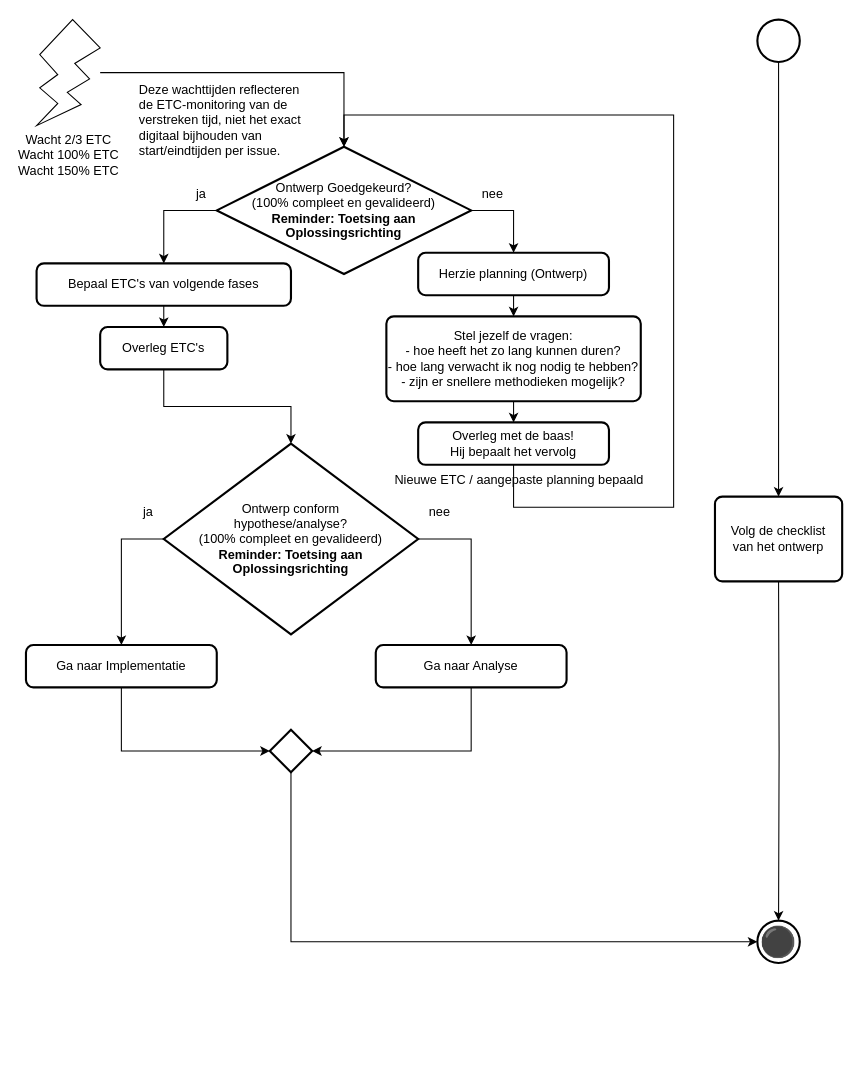
Earlier version of the draw.io diagram 3 Issue Tracker ontwerp.drawio (Zaibatsu89/IssueTracker). Source tidied: cells renumbered, new cells numbered last; positions are measured from the earlier drawing's top-left corner, leaving out a move shared by most shapes. Both pictures are drawn from the tidied source at 106%, with x=0, y=0 at pixel (25, 19).
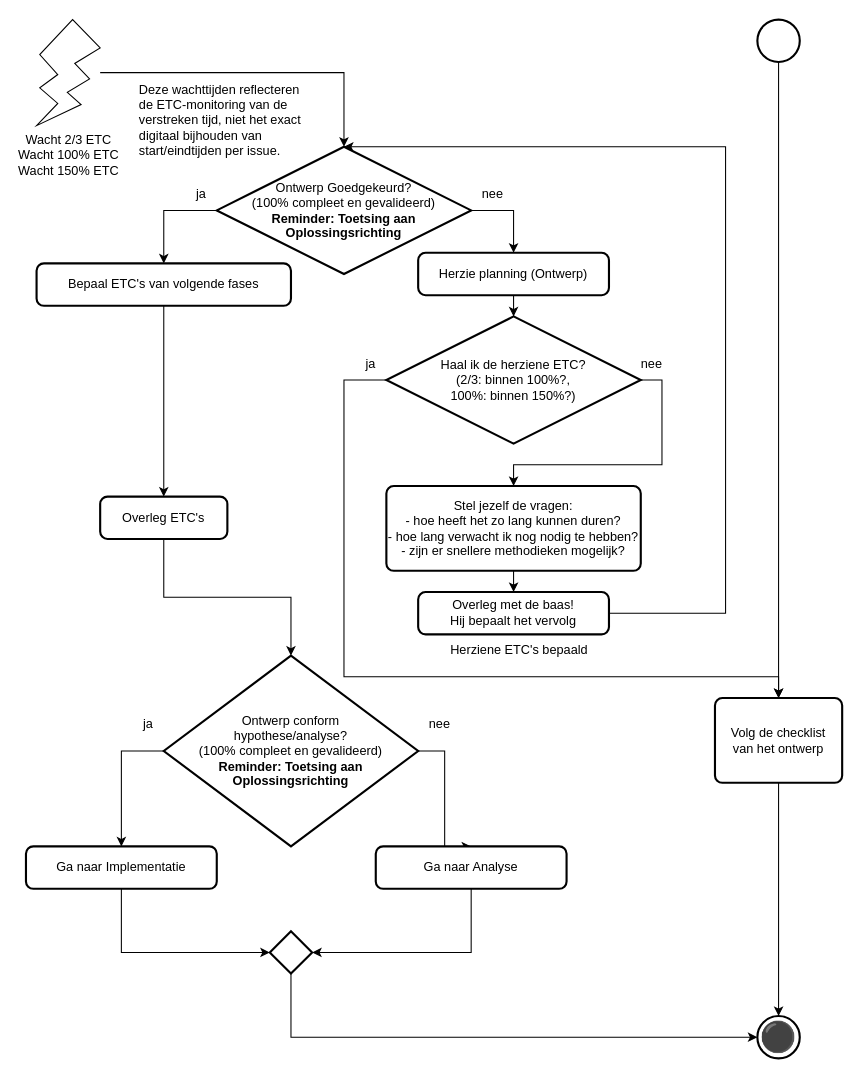
The same diagram, later.

Unchanged cells that the change refers to:
```xml
<mxCell id="7" value="Ontwerp Goedgekeurd?&lt;br&gt;(100% compleet en gevalideerd)&lt;br&gt;&lt;b&gt;Reminder: Toetsing aan Oplossingsrichting&lt;/b&gt;" style="strokeWidth=2;html=1;shape=mxgraph.flowchart.decision;whiteSpace=wrap;" parent="1" vertex="1">
  <mxGeometry x="180" y="120" width="240" height="120" as="geometry" />
</mxCell>
<mxCell id="18" value="Bepaal ETC's van volgende fases" style="rounded=1;whiteSpace=wrap;html=1;absoluteArcSize=1;arcSize=14;strokeWidth=2;" parent="1" vertex="1">
  <mxGeometry x="10" y="230" width="240" height="40" as="geometry" />
</mxCell>
<mxCell id="23" value="Herzie planning (Ontwerp)" style="rounded=1;whiteSpace=wrap;html=1;absoluteArcSize=1;arcSize=14;strokeWidth=2;" parent="1" vertex="1">
  <mxGeometry x="370" y="220" width="180" height="40" as="geometry" />
</mxCell>
```

What changed in the source:
```diff
@@
     <mxCell id="4" value="Volg de checklist&lt;br&gt;van het ontwerp" style="rounded=1;whiteSpace=wrap;html=1;absoluteArcSize=1;arcSize=14;strokeWidth=2;" parent="1" vertex="1">
-      <mxGeometry x="650" y="450" width="120" height="80" as="geometry" />
+      <mxGeometry x="650" y="640" width="120" height="80" as="geometry" />
     </mxCell>
@@
     <mxCell id="10" value="Ga naar Implementatie" style="rounded=1;whiteSpace=wrap;html=1;absoluteArcSize=1;arcSize=14;strokeWidth=2;" parent="1" vertex="1">
-      <mxGeometry y="590" width="180" height="40" as="geometry" />
+      <mxGeometry y="780" width="180" height="40" as="geometry" />
     </mxCell>
@@
-    <mxCell id="12" style="edgeStyle=orthogonalEdgeStyle;rounded=0;jettySize=auto;html=1;exitX=1;exitY=0.5;exitDx=0;exitDy=0;exitPerimeter=0;entryX=0.5;entryY=0;entryDx=0;entryDy=0;" parent="1" edge="1" source="13" target="15">
-      <mxGeometry relative="1" as="geometry" />
+    <mxCell id="12" style="edgeStyle=orthogonalEdgeStyle;rounded=0;jettySize=auto;html=1;exitX=1;exitY=0.5;exitDx=0;exitDy=0;exitPerimeter=0;entryX=0.5;entryY=0;entryDx=0;entryDy=0;" parent="1" edge="1" source="13">
+      <mxGeometry relative="1" as="geometry">
+        <mxPoint x="420" y="780" as="targetPoint" />
+      </mxGeometry>
     </mxCell>
     <mxCell id="13" value="Ontwerp conform&lt;br&gt;hypothese/analyse?&lt;br&gt;(100% compleet en gevalideerd)&lt;br&gt;&lt;b&gt;Reminder: Toetsing aan Oplossingsrichting&lt;/b&gt;" style="strokeWidth=2;html=1;shape=mxgraph.flowchart.decision;whiteSpace=wrap;" parent="1" vertex="1">
-      <mxGeometry x="130" y="400" width="240" height="180" as="geometry" />
+      <mxGeometry x="130" y="600" width="240" height="180" as="geometry" />
     </mxCell>
     <mxCell id="14" value="ja" style="text;html=1;align=center;verticalAlign=middle;strokeColor=none;fillColor=none;" parent="1" vertex="1">
-      <mxGeometry x="100" y="450" width="30" height="30" as="geometry" />
+      <mxGeometry x="100" y="650" width="30" height="30" as="geometry" />
     </mxCell>
     <mxCell id="15" value="Ga naar Analyse" style="rounded=1;whiteSpace=wrap;html=1;absoluteArcSize=1;arcSize=14;strokeWidth=2;" parent="1" vertex="1">
-      <mxGeometry x="330" y="590" width="180" height="40" as="geometry" />
+      <mxGeometry x="330" y="780" width="180" height="40" as="geometry" />
     </mxCell>
     <mxCell id="16" value="⚫" style="strokeWidth=2;html=1;shape=mxgraph.flowchart.start_2;whiteSpace=wrap;fontSize=28;" parent="1" vertex="1">
-      <mxGeometry x="690" y="850" width="40" height="40" as="geometry" />
+      <mxGeometry x="690" y="940" width="40" height="40" as="geometry" />
     </mxCell>
-    <mxCell id="17" style="edgeStyle=orthogonalEdgeStyle;rounded=0;jettySize=auto;html=1;exitX=0.5;exitY=1;exitDx=0;exitDy=0;entryX=0.5;entryY=0;entryDx=0;entryDy=0;" parent="1" edge="1" source="18" target="19">
+    <mxCell id="17" style="edgeStyle=orthogonalEdgeStyle;rounded=0;jettySize=auto;html=1;" parent="1" edge="1" source="18" target="19">
       <mxGeometry relative="1" as="geometry" />
     </mxCell>
@@
     <mxCell id="19" value="Overleg ETC's" style="rounded=1;whiteSpace=wrap;html=1;absoluteArcSize=1;arcSize=14;strokeWidth=2;" parent="1" vertex="1">
-      <mxGeometry x="70" y="290" width="120" height="40" as="geometry" />
+      <mxGeometry x="70" y="450" width="120" height="40" as="geometry" />
     </mxCell>
     <mxCell id="20" value="nee" style="text;html=1;align=center;verticalAlign=middle;strokeColor=none;fillColor=none;" parent="1" vertex="1">
-      <mxGeometry x="370" y="450" width="40" height="30" as="geometry" />
+      <mxGeometry x="370" y="650" width="40" height="30" as="geometry" />
     </mxCell>
@@
-    <mxCell id="22" style="edgeStyle=orthogonalEdgeStyle;rounded=0;jettySize=auto;html=1;exitX=0.5;exitY=1;exitDx=0;exitDy=0;entryX=0.5;entryY=0;entryDx=0;entryDy=0;" parent="1" edge="1" source="23" target="25">
-      <mxGeometry relative="1" as="geometry" />
-    </mxCell>
+    <mxCell id="37" style="edgeStyle=orthogonalEdgeStyle;rounded=0;jettySize=auto;html=1;" parent="1" edge="1" source="23" target="40">
+      <mxGeometry relative="1" as="geometry" />
+    </mxCell>
@@
     <mxCell id="25" value="Stel jezelf de vragen:&lt;br&gt;- hoe heeft het zo lang kunnen duren?&lt;br&gt;- hoe lang verwacht ik nog nodig te hebben?&lt;br&gt;- zijn er snellere methodieken mogelijk?" style="rounded=1;whiteSpace=wrap;html=1;absoluteArcSize=1;arcSize=14;strokeWidth=2;" parent="1" vertex="1">
-      <mxGeometry x="340" y="280" width="240" height="80" as="geometry" />
+      <mxGeometry x="340" y="440" width="240" height="80" as="geometry" />
     </mxCell>
     <mxCell id="26" value="Overleg met de baas!&lt;br&gt;Hij bepaalt het vervolg" style="rounded=1;whiteSpace=wrap;html=1;absoluteArcSize=1;arcSize=14;strokeWidth=2;" parent="1" vertex="1">
-      <mxGeometry x="370" y="380" width="180" height="40" as="geometry" />
+      <mxGeometry x="370" y="540" width="180" height="40" as="geometry" />
     </mxCell>
     <mxCell id="27" style="strokeWidth=2;html=1;shape=mxgraph.flowchart.decision;whiteSpace=wrap;" parent="1" vertex="1">
-      <mxGeometry x="230" y="670" width="40" height="40" as="geometry" />
+      <mxGeometry x="230" y="860" width="40" height="40" as="geometry" />
     </mxCell>
@@
-    <mxCell id="29" style="edgeStyle=orthogonalEdgeStyle;rounded=0;jettySize=auto;html=1;exitX=0.5;exitY=1;exitDx=0;exitDy=0;entryX=1;entryY=0.5;entryDx=0;entryDy=0;entryPerimeter=0;" parent="1" edge="1" source="15" target="27">
-      <mxGeometry relative="1" as="geometry" />
+    <mxCell id="29" style="edgeStyle=orthogonalEdgeStyle;rounded=0;jettySize=auto;html=1;exitX=0.5;exitY=1;exitDx=0;exitDy=0;entryX=1;entryY=0.5;entryDx=0;entryDy=0;entryPerimeter=0;" parent="1" edge="1" target="27">
+      <mxGeometry relative="1" as="geometry">
+        <mxPoint x="420" y="820" as="sourcePoint" />
+        <Array as="points">
+          <mxPoint x="420" y="880" />
+        </Array>
+      </mxGeometry>
     </mxCell>
@@
-    <mxCell id="31" style="edgeStyle=orthogonalEdgeStyle;rounded=0;jettySize=auto;html=1;entryX=0.5;entryY=0;entryDx=0;entryDy=0;entryPerimeter=0;" parent="1" edge="1" target="16">
-      <mxGeometry relative="1" as="geometry">
-        <mxPoint x="710" y="530" as="sourcePoint" />
-      </mxGeometry>
+    <mxCell id="31" style="edgeStyle=orthogonalEdgeStyle;rounded=0;jettySize=auto;html=1;entryX=0.5;entryY=0;entryDx=0;entryDy=0;entryPerimeter=0;exitX=0.5;exitY=1;exitDx=0;exitDy=0;" parent="1" edge="1" source="4" target="16">
+      <mxGeometry relative="1" as="geometry" />
     </mxCell>
@@
-    <mxCell id="35" value="Nieuwe ETC / aangepaste planning bepaald" style="text;html=1;align=center;verticalAlign=middle;strokeColor=none;fillColor=none;" parent="1" vertex="1">
-      <mxGeometry x="330" y="420" width="270" height="30" as="geometry" />
+    <mxCell id="35" value="Herziene ETC's bepaald" style="text;html=1;align=center;verticalAlign=middle;strokeColor=none;fillColor=none;" parent="1" vertex="1">
+      <mxGeometry x="390" y="580" width="150" height="30" as="geometry" />
     </mxCell>
-    <mxCell id="36" style="edgeStyle=orthogonalEdgeStyle;rounded=0;jettySize=auto;html=1;exitX=0.5;exitY=1;exitDx=0;exitDy=0;entryX=0.5;entryY=0;entryDx=0;entryDy=0;entryPerimeter=0;" parent="1" edge="1" source="26" target="7">
+    <mxCell id="36" style="edgeStyle=orthogonalEdgeStyle;rounded=0;jettySize=auto;html=1;exitX=1;exitY=0.5;exitDx=0;exitDy=0;entryX=0.5;entryY=0;entryDx=0;entryDy=0;entryPerimeter=0;" parent="1" edge="1" source="26" target="7">
       <mxGeometry relative="1" as="geometry">
         <Array as="points">
-          <mxPoint x="460" y="460" />
-          <mxPoint x="611" y="460" />
-          <mxPoint x="611" y="90" />
+          <mxPoint x="660" y="560" />
+          <mxPoint x="660" y="120" />
         </Array>
       </mxGeometry>
     </mxCell>
+    <mxCell id="38" style="edgeStyle=orthogonalEdgeStyle;rounded=0;jettySize=auto;html=1;exitX=1;exitY=0.5;exitDx=0;exitDy=0;exitPerimeter=0;" parent="1" edge="1" source="40" target="25">
+      <mxGeometry relative="1" as="geometry" />
+    </mxCell>
+    <mxCell id="39" style="edgeStyle=orthogonalEdgeStyle;rounded=0;jettySize=auto;html=1;exitX=0;exitY=0.5;exitDx=0;exitDy=0;exitPerimeter=0;" parent="1" edge="1" source="40">
+      <mxGeometry relative="1" as="geometry">
+        <mxPoint x="710" y="640" as="targetPoint" />
+        <Array as="points">
+          <mxPoint x="300" y="340" />
+          <mxPoint x="300" y="620" />
+          <mxPoint x="710" y="620" />
+        </Array>
+      </mxGeometry>
+    </mxCell>
+    <mxCell id="40" value="Haal ik de herziene ETC?&lt;br&gt;(2/3: binnen 100%?,&lt;br&gt;100%: binnen 150%?)" style="strokeWidth=2;html=1;shape=mxgraph.flowchart.decision;whiteSpace=wrap;" parent="1" vertex="1">
+      <mxGeometry x="340" y="280" width="240" height="120" as="geometry" />
+    </mxCell>
+    <mxCell id="41" value="nee" style="text;html=1;align=center;verticalAlign=middle;strokeColor=none;fillColor=none;" parent="1" vertex="1">
+      <mxGeometry x="570" y="310" width="40" height="30" as="geometry" />
+    </mxCell>
+    <mxCell id="42" value="ja" style="text;html=1;align=center;verticalAlign=middle;strokeColor=none;fillColor=none;" parent="1" vertex="1">
+      <mxGeometry x="310" y="310" width="30" height="30" as="geometry" />
+    </mxCell>
```
